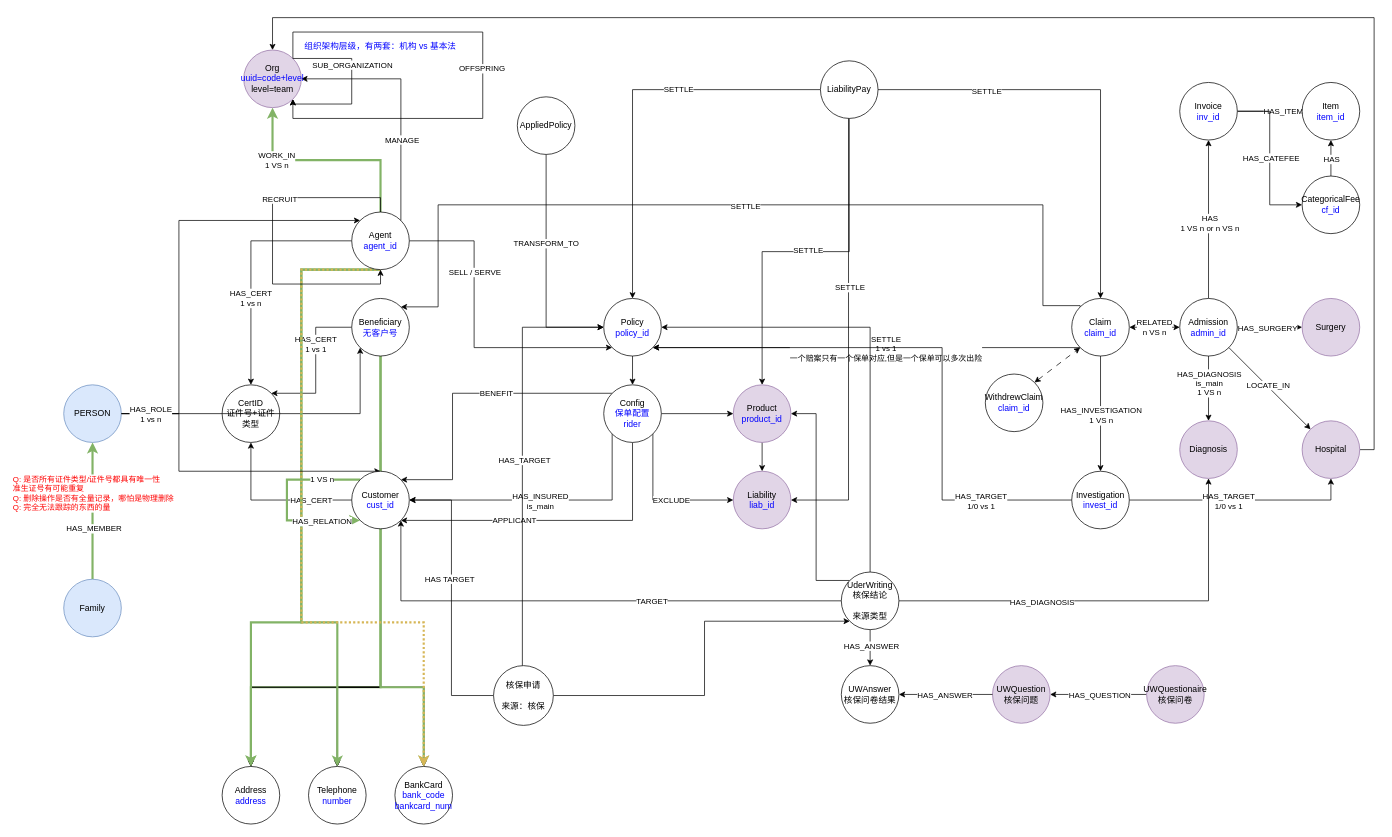
Earlier version of the draw.io diagram page "V1.2" (4 of 4) of 友邦/图拓扑设计.drawio (XiaoLiuAI/diagrams). Source tidied: cells renumbered, new cells numbered last; positions are measured from the earlier drawing's top-left corner, leaving out a move shared by most shapes. Both pictures are drawn from the tidied source at 72%, with x=0, y=0 at pixel (63, 17).
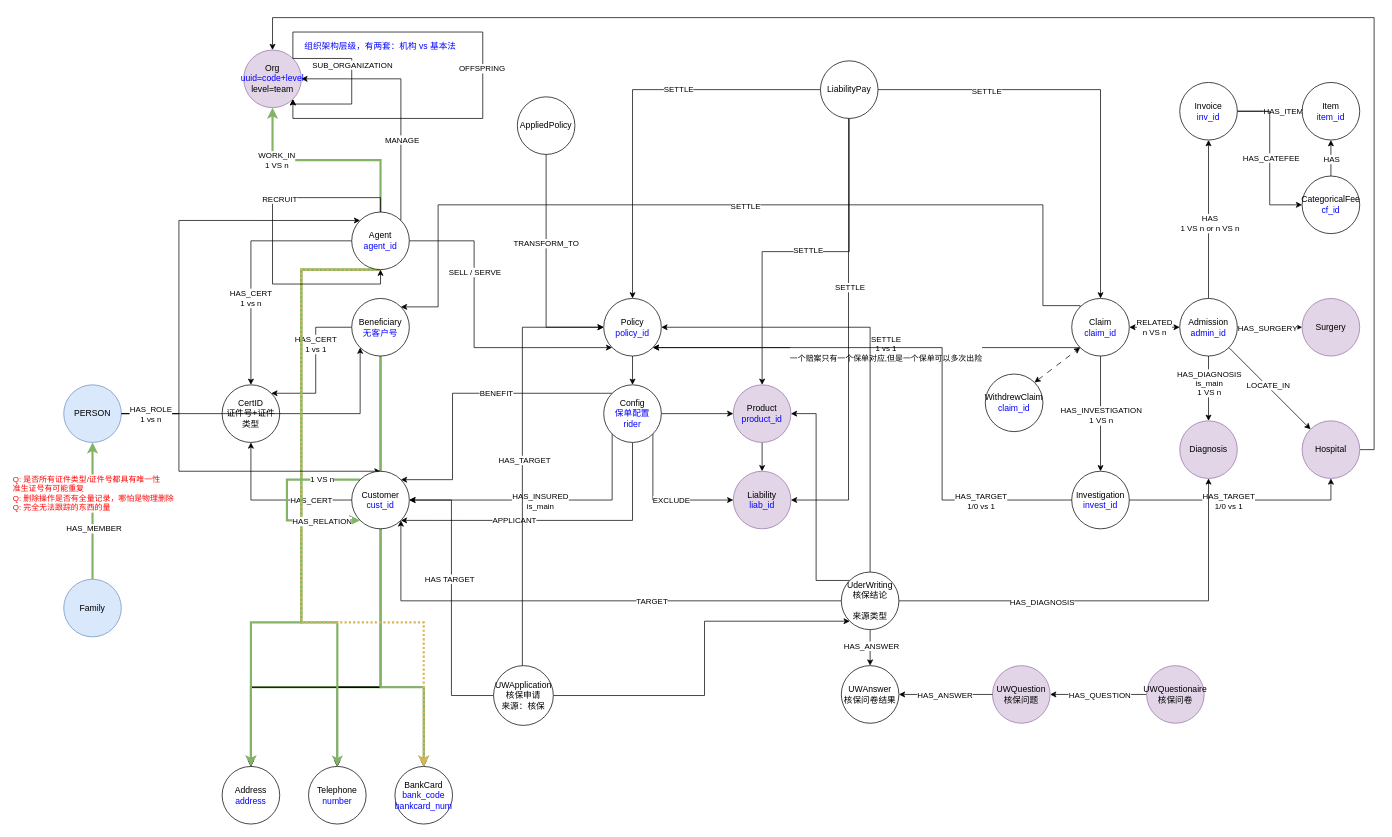
The same page after the edit.

Commit message:
Update 图拓扑设计.drawio

The edit, as a diff of the source:
```diff
@@
-    <mxCell id="139" value="核保申请&lt;br&gt;&lt;br&gt;来源：核保" style="ellipse;whiteSpace=wrap;html=1;" parent="1" vertex="1">
+    <mxCell id="139" value="UWApplication&lt;br&gt;核保申请&lt;br&gt;来源：核保" style="ellipse;whiteSpace=wrap;html=1;" parent="1" vertex="1">
       <mxGeometry x="597" y="900" width="83" height="83" as="geometry" />
     </mxCell>
```
